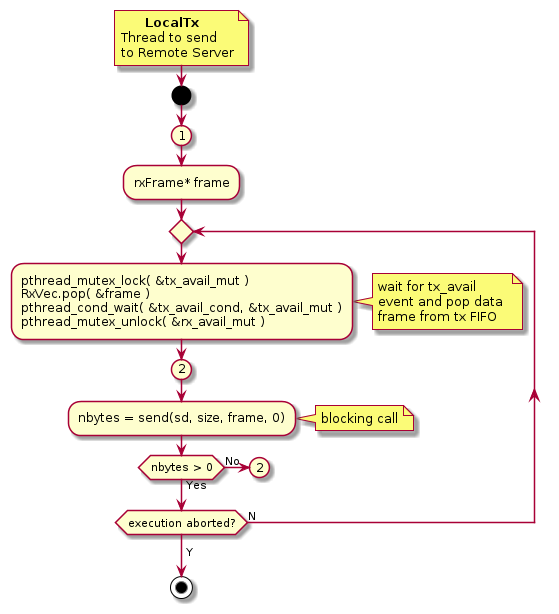
Earlier version of the PlantUML export Proj/diags/plantuml/flowchart/output/local-tx.png (ElectroQuanta/MDO). The source it was exported from:
```plantuml
@startuml
  note right
        <b>LocalTx</b>
  Thread to send
  to Remote Server
  end note
start
(1)
	:rxFrame* frame;
    repeat
		:pthread_mutex_lock( &tx_avail_mut )
		RxVec.pop( &frame )
		pthread_cond_wait( &tx_avail_cond, &tx_avail_mut )
		pthread_mutex_unlock( &rx_avail_mut );
            note right
				wait for tx_avail
				event and pop data
				frame from tx FIFO
            end note
		(2)
		:nbytes = send(sd, size, frame, 0);
		note right
			blocking call
		end note

		if (nbytes > 0) then (Yes)
		else (No)
		(2)
		detach
		endif
    repeat while(execution aborted?) is (N)
	->Y;
	stop

@enduml
```
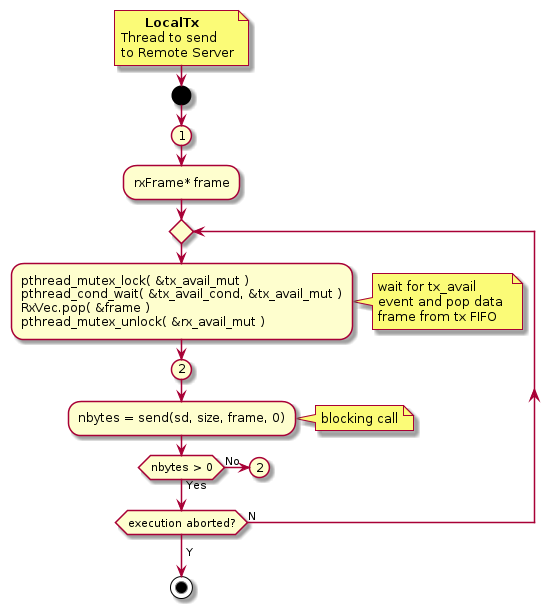
Later version of the same file.

Change to the diagram source:
```diff
@@ -9,8 +9,8 @@
 	:rxFrame* frame;
     repeat
 		:pthread_mutex_lock( &tx_avail_mut )
+		pthread_cond_wait( &tx_avail_cond, &tx_avail_mut )
 		RxVec.pop( &frame )
-		pthread_cond_wait( &tx_avail_cond, &tx_avail_mut )
 		pthread_mutex_unlock( &rx_avail_mut );
             note right
 				wait for tx_avail
```
